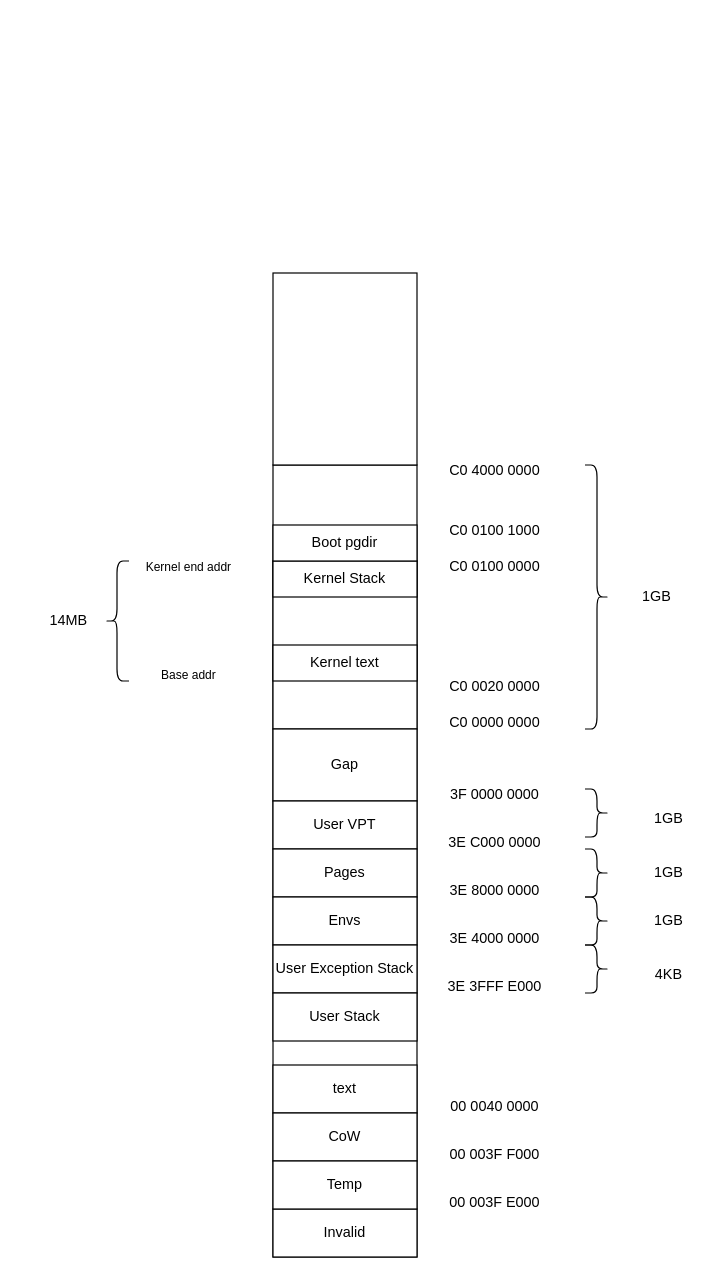
Before: memory.drawio in saitewasreset/mos-riscv64, a draw.io diagram. Source tidied: cells renumbered, new cells numbered last; positions are measured from the earlier drawing's top-left corner, leaving out a move shared by most shapes. Both pictures are drawn from the tidied source at 120%, with x=0, y=0 at pixel (32, 272).
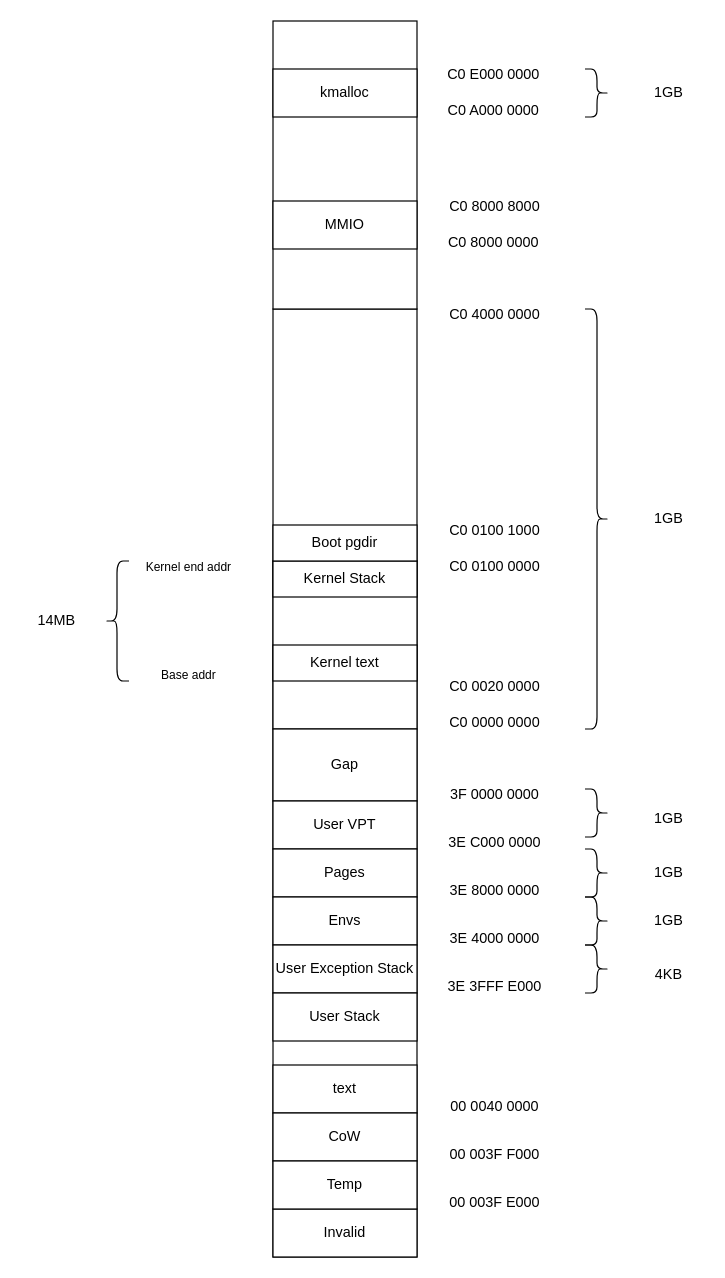
The same page after the edit.

The edit, as a diff of the source:
```diff
@@
     <mxCell id="2" style="rounded=0;whiteSpace=wrap;html=1;" parent="1" vertex="1">
-      <mxGeometry x="200" y="160" width="120" height="660" as="geometry" />
+      <mxGeometry x="200" y="30" width="120" height="790" as="geometry" />
     </mxCell>
@@
     <mxCell id="11" value="14MB" style="text;html=1;align=center;verticalAlign=middle;whiteSpace=wrap;rounded=0;" parent="1" vertex="1">
-      <mxGeometry y="275" width="60" height="30" as="geometry" />
+      <mxGeometry x="-10" y="275" width="60" height="30" as="geometry" />
     </mxCell>
     <mxCell id="12" value="C0 4000 0000" style="text;html=1;align=center;verticalAlign=middle;whiteSpace=wrap;rounded=0;" parent="1" vertex="1">
-      <mxGeometry x="320" y="150" width="130" height="30" as="geometry" />
+      <mxGeometry x="320" y="20" width="130" height="30" as="geometry" />
     </mxCell>
     <mxCell id="13" style="shape=curlyBracket;whiteSpace=wrap;html=1;rounded=1;flipH=1;labelPosition=right;verticalLabelPosition=middle;align=left;verticalAlign=middle;" parent="1" vertex="1">
-      <mxGeometry x="460" y="160" width="20" height="220" as="geometry" />
+      <mxGeometry x="460" y="30" width="20" height="350" as="geometry" />
     </mxCell>
     <mxCell id="14" value="1GB" style="text;html=1;align=center;verticalAlign=middle;whiteSpace=wrap;rounded=0;" parent="1" vertex="1">
-      <mxGeometry x="490" y="255" width="60" height="30" as="geometry" />
+      <mxGeometry x="500" y="190" width="60" height="30" as="geometry" />
     </mxCell>
-    <mxCell id="15" style="rounded=0;whiteSpace=wrap;html=1;" parent="1" vertex="1">
-      <mxGeometry x="200" width="120" height="160" as="geometry" />
-    </mxCell>
@@
+    <mxCell id="45" style="rounded=0;whiteSpace=wrap;html=1;" parent="1" vertex="1">
+      <mxGeometry x="200" y="-210" width="120" height="240" as="geometry" />
+    </mxCell>
+    <mxCell id="46" value="C0 8000 0000" style="text;html=1;align=center;verticalAlign=middle;whiteSpace=wrap;rounded=0;" parent="1" vertex="1">
+      <mxGeometry x="319" y="-40" width="130" height="30" as="geometry" />
+    </mxCell>
+    <mxCell id="47" value="C0 8000 8000" style="text;html=1;align=center;verticalAlign=middle;whiteSpace=wrap;rounded=0;" parent="1" vertex="1">
+      <mxGeometry x="320" y="-70" width="130" height="30" as="geometry" />
+    </mxCell>
+    <mxCell id="48" value="MMIO" style="rounded=0;whiteSpace=wrap;html=1;" parent="1" vertex="1">
+      <mxGeometry x="200" y="-60" width="120" height="40" as="geometry" />
+    </mxCell>
+    <mxCell id="49" value="kmalloc" style="rounded=0;whiteSpace=wrap;html=1;" parent="1" vertex="1">
+      <mxGeometry x="200" y="-170" width="120" height="40" as="geometry" />
+    </mxCell>
+    <mxCell id="50" value="C0 A000 0000" style="text;html=1;align=center;verticalAlign=middle;whiteSpace=wrap;rounded=0;" parent="1" vertex="1">
+      <mxGeometry x="319" y="-150" width="130" height="30" as="geometry" />
+    </mxCell>
+    <mxCell id="51" value="C0 E000 0000" style="text;html=1;align=center;verticalAlign=middle;whiteSpace=wrap;rounded=0;" parent="1" vertex="1">
+      <mxGeometry x="319" y="-180" width="130" height="30" as="geometry" />
+    </mxCell>
+    <mxCell id="52" style="shape=curlyBracket;whiteSpace=wrap;html=1;rounded=1;flipH=1;labelPosition=right;verticalLabelPosition=middle;align=left;verticalAlign=middle;" parent="1" vertex="1">
+      <mxGeometry x="460" y="-170" width="20" height="40" as="geometry" />
+    </mxCell>
+    <mxCell id="53" value="1GB" style="text;html=1;align=center;verticalAlign=middle;whiteSpace=wrap;rounded=0;" parent="1" vertex="1">
+      <mxGeometry x="500" y="-165" width="60" height="30" as="geometry" />
+    </mxCell>
```
